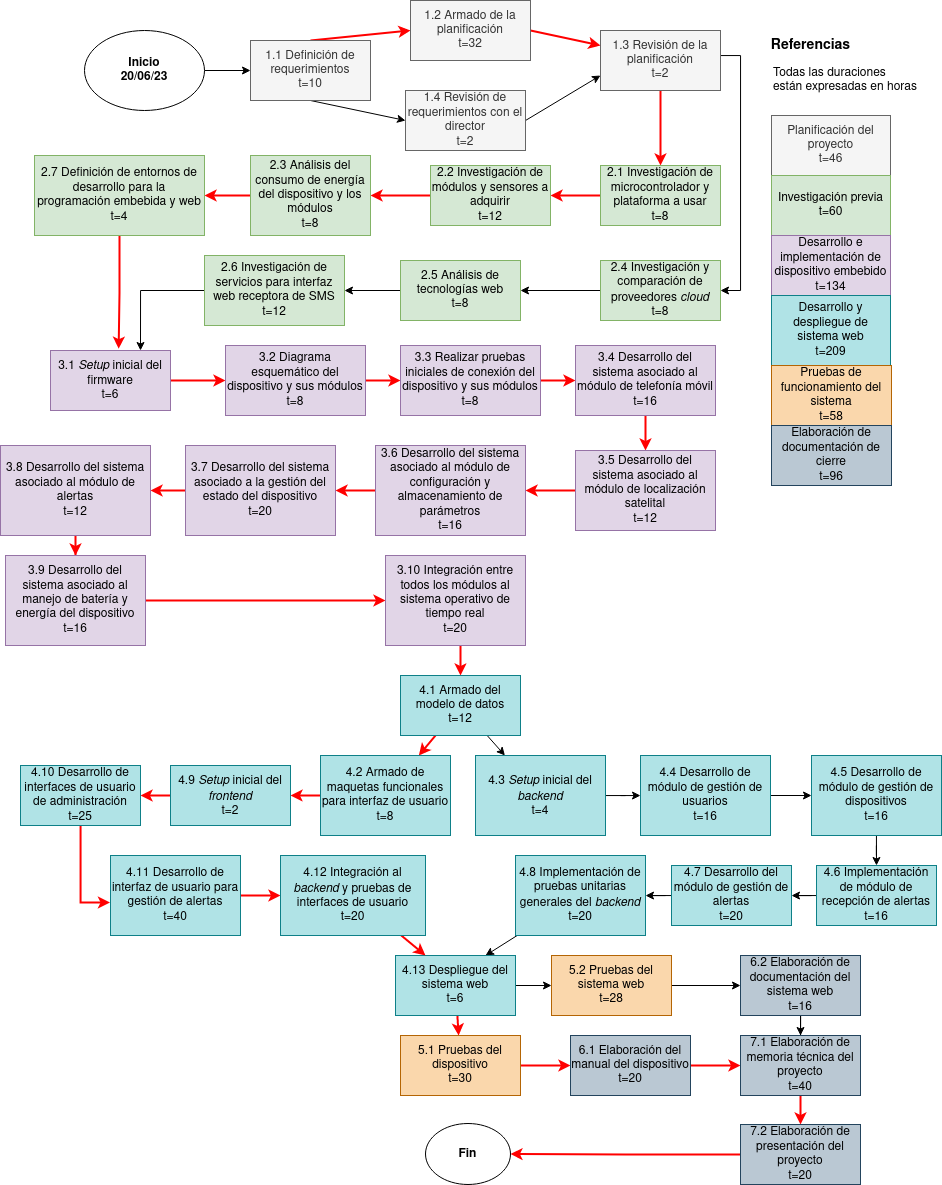
Above: Figuras/AoN.png in erikhromek/Plantilla-planificacion (draw.io), before the change. Source tidied: cells renumbered, new cells last; positions are measured from the earlier drawing's top-left corner, leaving out a move shared by most shapes.
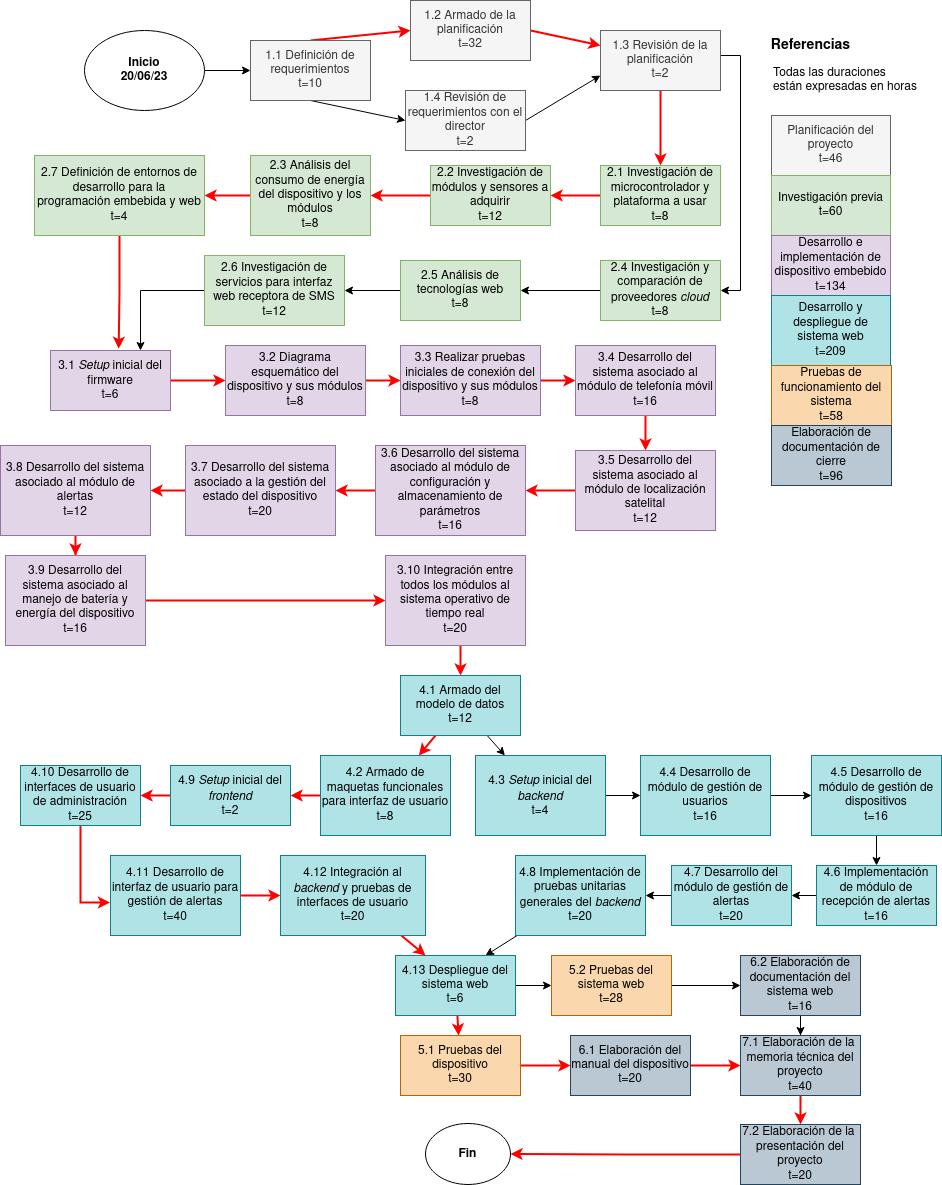
The same file after the commit.

Diff of the diagram source:
```diff
@@ -261,13 +261,13 @@
     <mxCell id="84" style="edgeStyle=orthogonalEdgeStyle;rounded=0;jettySize=auto;html=1;strokeWidth=2;strokeColor=#FF0000;" parent="1" edge="1" source="85" target="87">
       <mxGeometry relative="1" as="geometry" />
     </mxCell>
-    <mxCell id="85" value="&lt;div&gt;7.1 Elaboración de memoria técnica del proyecto&lt;/div&gt;&lt;div&gt;t=40&lt;br&gt;&lt;/div&gt;" style="rounded=0;whiteSpace=wrap;html=1;fillColor=#bac8d3;strokeColor=#23445d;" parent="1" vertex="1">
+    <mxCell id="85" value="&lt;div&gt;7.1 Elaboración de la&amp;nbsp; memoria técnica del proyecto&lt;/div&gt;&lt;div&gt;t=40&lt;br&gt;&lt;/div&gt;" style="rounded=0;whiteSpace=wrap;html=1;fillColor=#bac8d3;strokeColor=#23445d;" parent="1" vertex="1">
       <mxGeometry x="740" y="1035" width="120" height="60" as="geometry" />
     </mxCell>
     <mxCell id="86" style="edgeStyle=orthogonalEdgeStyle;rounded=0;jettySize=auto;html=1;strokeWidth=2;strokeColor=#FF0000;" parent="1" edge="1" source="87" target="88">
       <mxGeometry relative="1" as="geometry" />
     </mxCell>
-    <mxCell id="87" value="&lt;div&gt;7.2 Elaboración de presentación del proyecto&lt;/div&gt;&lt;div&gt;t=20&lt;br&gt;&lt;/div&gt;" style="rounded=0;whiteSpace=wrap;html=1;fillColor=#bac8d3;strokeColor=#23445d;" parent="1" vertex="1">
+    <mxCell id="87" value="&lt;div&gt;7.2 Elaboración de la&amp;nbsp; presentación del proyecto&lt;/div&gt;&lt;div&gt;t=20&lt;br&gt;&lt;/div&gt;" style="rounded=0;whiteSpace=wrap;html=1;fillColor=#bac8d3;strokeColor=#23445d;" parent="1" vertex="1">
       <mxGeometry x="740" y="1124" width="120" height="60" as="geometry" />
     </mxCell>
     <mxCell id="88" value="Fin" style="ellipse;whiteSpace=wrap;html=1;fontStyle=1;" parent="1" vertex="1">
```
